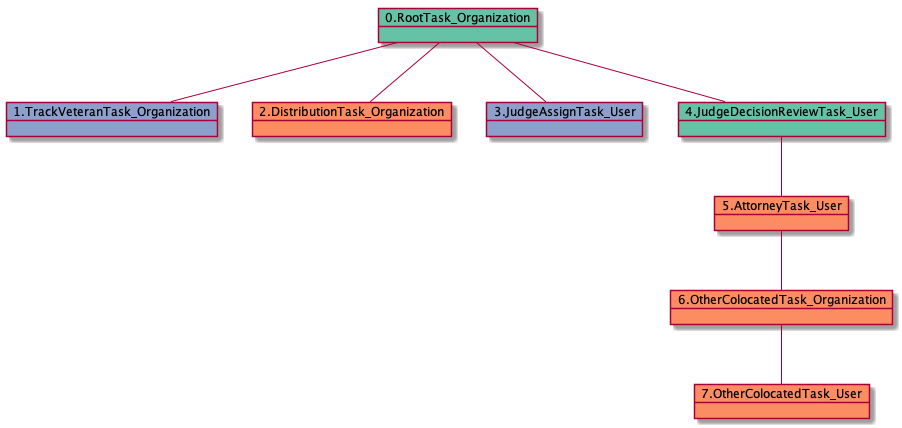
yoomlam/graphing keeps this PlantUML diagram as docs-DR/uml/DTO.JATU-6702.png. Above is the earlier version.
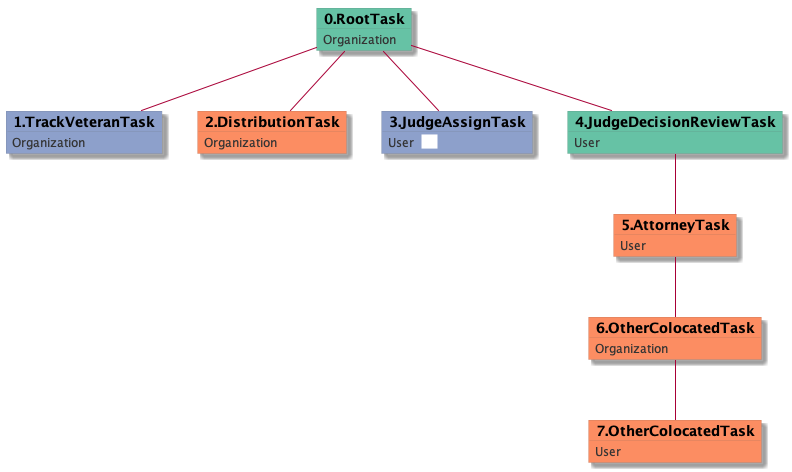
The same diagram one commit later.

What changed in the source:
```diff
@@ -1,17 +1,41 @@
 @startuml
-object 0.RootTask_Organization #66c2a5
-object 1.TrackVeteranTask_Organization #8da0cb
-object 2.DistributionTask_Organization #fc8d62
-object 3.JudgeAssignTask_User #8da0cb
-object 4.JudgeDecisionReviewTask_User #66c2a5
-object 5.AttorneyTask_User #fc8d62
-object 6.OtherColocatedTask_Organization #fc8d62
-object 7.OtherColocatedTask_User #fc8d62
-0.RootTask_Organization -- 1.TrackVeteranTask_Organization
-0.RootTask_Organization -- 2.DistributionTask_Organization
-0.RootTask_Organization -- 3.JudgeAssignTask_User
-0.RootTask_Organization -- 4.JudgeDecisionReviewTask_User
-4.JudgeDecisionReviewTask_User -- 5.AttorneyTask_User
-5.AttorneyTask_User -- 6.OtherColocatedTask_Organization
-6.OtherColocatedTask_Organization -- 7.OtherColocatedTask_User
+skinparam {
+  ObjectBorderColor #555
+  ObjectBorderThickness 0
+  ObjectFontStyle bold
+  ObjectFontSize 14
+  ObjectAttributeFontColor #333
+  ObjectAttributeFontSize 12
+}
+  object 0.RootTask #66c2a5 {
+Organization
+}
+  object 1.TrackVeteranTask #8da0cb {
+Organization
+}
+  object 2.DistributionTask #fc8d62 {
+Organization
+}
+  object 3.JudgeAssignTask #8da0cb {
+User  <back:white>    </back>
+}
+  object 4.JudgeDecisionReviewTask #66c2a5 {
+User
+}
+  object 5.AttorneyTask #fc8d62 {
+User
+}
+  object 6.OtherColocatedTask #fc8d62 {
+Organization
+}
+  object 7.OtherColocatedTask #fc8d62 {
+User
+}
+0.RootTask -- 1.TrackVeteranTask
+0.RootTask -- 2.DistributionTask
+0.RootTask -- 3.JudgeAssignTask
+0.RootTask -- 4.JudgeDecisionReviewTask
+4.JudgeDecisionReviewTask -- 5.AttorneyTask
+5.AttorneyTask -- 6.OtherColocatedTask
+6.OtherColocatedTask -- 7.OtherColocatedTask
 @enduml
```
